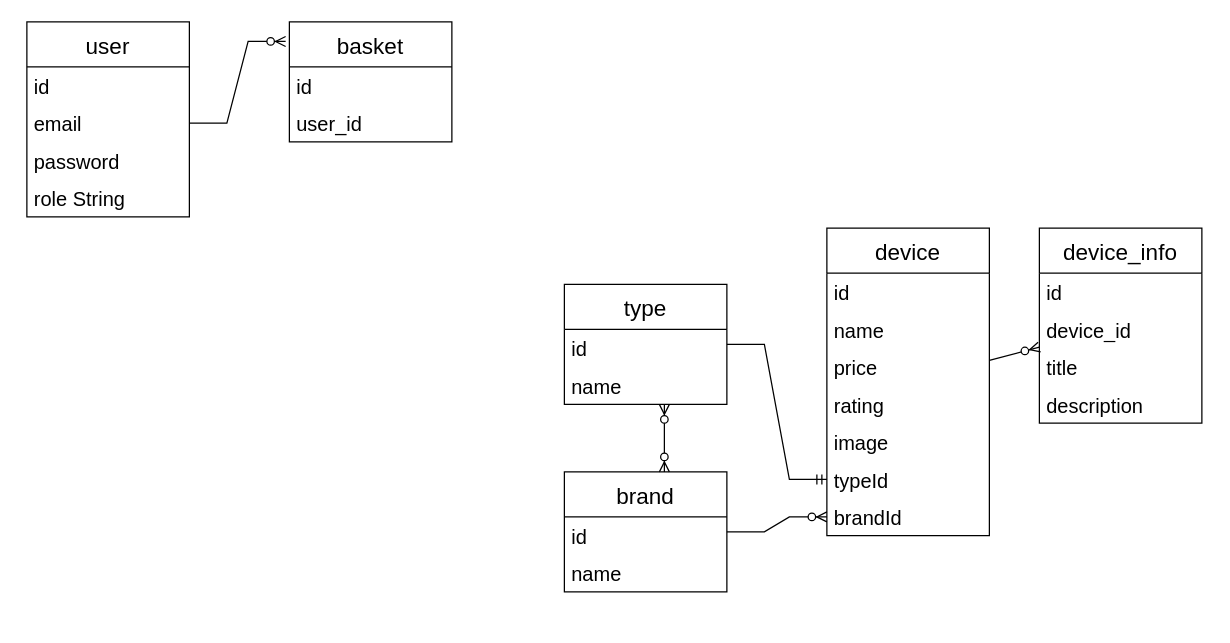
TrubitsynEgor/internet-shop-fullstack-server keeps this draw.io diagram as Untitled Diagram.drawio. Above is the earlier version. Source tidied: cells renumbered, new cells numbered last; positions are measured from the earlier drawing's top-left corner, leaving out a move shared by most shapes. Both pictures are drawn from the tidied source at 125%, with x=0, y=0 at pixel (26, 21).
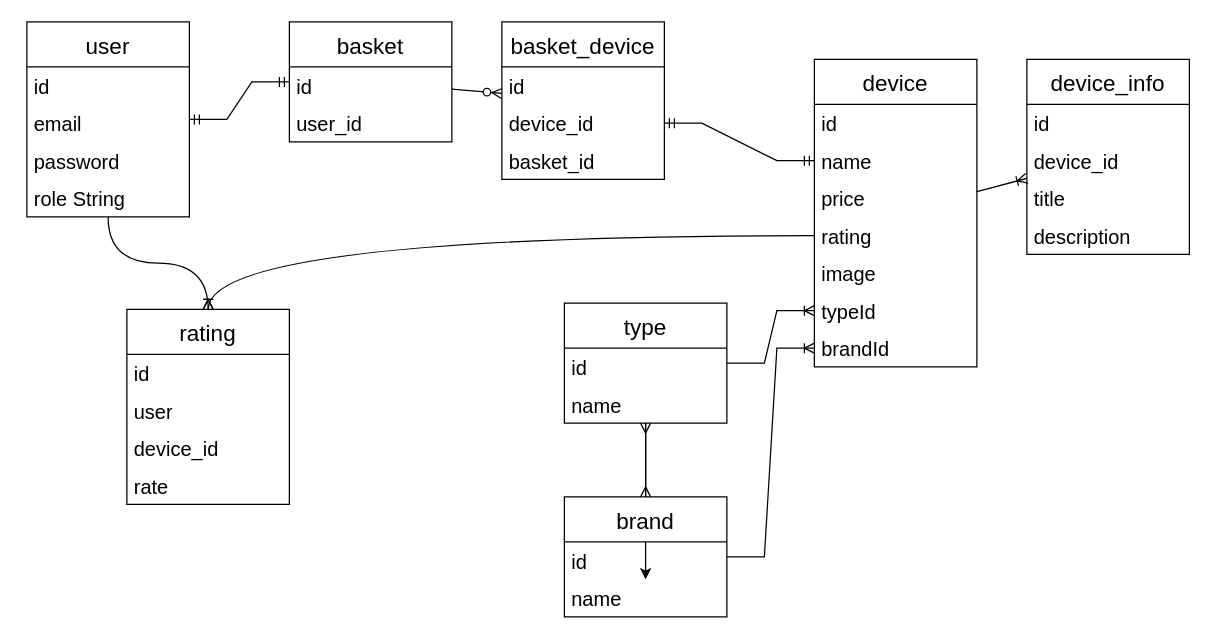
After the change.

Unchanged cells that the change refers to:
```xml
<mxCell id="2" value="user" style="swimlane;fontStyle=0;horizontal=1;startSize=36;align=center;fontSize=18;" parent="1" vertex="1">
  <mxGeometry width="130" height="156" as="geometry" />
</mxCell>
<mxCell id="4" value="email" style="text;strokeColor=none;fillColor=none;spacingLeft=4;spacingRight=4;overflow=hidden;points=[[0,0.5],[1,0.5]];portConstraint=eastwest;fontSize=16;whiteSpace=wrap;html=1;" parent="2" vertex="1">
  <mxGeometry y="66" width="130" height="30" as="geometry" />
</mxCell>
<mxCell id="7" value="basket" style="swimlane;fontStyle=0;horizontal=1;startSize=36;align=center;fontSize=18;" parent="1" vertex="1">
  <mxGeometry x="210" width="130" height="96" as="geometry" />
</mxCell>
<mxCell id="13" value="name" style="text;strokeColor=none;fillColor=none;spacingLeft=4;spacingRight=4;overflow=hidden;points=[[0,0.5],[1,0.5]];portConstraint=eastwest;fontSize=16;whiteSpace=wrap;html=1;" parent="11" vertex="1">
  <mxGeometry y="66" width="130" height="30" as="geometry" />
</mxCell>
<mxCell id="15" value="rating" style="text;strokeColor=none;fillColor=none;spacingLeft=4;spacingRight=4;overflow=hidden;points=[[0,0.5],[1,0.5]];portConstraint=eastwest;fontSize=16;whiteSpace=wrap;html=1;" parent="11" vertex="1">
  <mxGeometry y="126" width="130" height="30" as="geometry" />
</mxCell>
<mxCell id="17" value="typeId" style="text;strokeColor=none;fillColor=none;spacingLeft=4;spacingRight=4;overflow=hidden;points=[[0,0.5],[1,0.5]];portConstraint=eastwest;fontSize=16;whiteSpace=wrap;html=1;" parent="11" vertex="1">
  <mxGeometry y="186" width="130" height="30" as="geometry" />
</mxCell>
<mxCell id="18" value="brandId" style="text;strokeColor=none;fillColor=none;spacingLeft=4;spacingRight=4;overflow=hidden;points=[[0,0.5],[1,0.5]];portConstraint=eastwest;fontSize=16;whiteSpace=wrap;html=1;" parent="11" vertex="1">
  <mxGeometry y="216" width="130" height="30" as="geometry" />
</mxCell>
<mxCell id="24" value="name" style="text;strokeColor=none;fillColor=none;spacingLeft=4;spacingRight=4;overflow=hidden;points=[[0,0.5],[1,0.5]];portConstraint=eastwest;fontSize=16;whiteSpace=wrap;html=1;" parent="22" vertex="1">
  <mxGeometry y="66" width="130" height="30" as="geometry" />
</mxCell>
```

Diff of the diagram source:
```diff
@@
-    <mxCell id="10" style="edgeStyle=entityRelationEdgeStyle;fontSize=12;html=1;endArrow=ERzeroToMany;endFill=1;rounded=0;exitX=1;exitY=0.5;exitDx=0;exitDy=0;entryX=-0.023;entryY=0.163;entryDx=0;entryDy=0;entryPerimeter=0;" parent="1" edge="1" source="4" target="7">
-      <mxGeometry relative="1" as="geometry" />
-    </mxCell>
     <mxCell id="11" value="device" style="swimlane;fontStyle=0;horizontal=1;startSize=36;align=center;fontSize=18;" parent="1" vertex="1">
-      <mxGeometry x="640" y="165" width="130" height="246" as="geometry" />
+      <mxGeometry x="630" y="30" width="130" height="246" as="geometry" />
     </mxCell>
@@
+    <mxCell id="34" style="edgeStyle=none;rounded=0;jettySize=auto;html=1;" parent="1" edge="1" source="19" target="24">
+      <mxGeometry relative="1" as="geometry" />
+    </mxCell>
     <mxCell id="19" value="type" style="swimlane;fontStyle=0;horizontal=1;startSize=36;align=center;fontSize=18;" parent="1" vertex="1">
-      <mxGeometry x="430" y="210" width="130" height="96" as="geometry" />
+      <mxGeometry x="430" y="225" width="130" height="96" as="geometry" />
     </mxCell>
@@
     <mxCell id="22" value="brand" style="swimlane;fontStyle=0;horizontal=1;startSize=36;align=center;fontSize=18;" parent="1" vertex="1">
-      <mxGeometry x="430" y="360" width="130" height="96" as="geometry" />
+      <mxGeometry x="430" y="380" width="130" height="96" as="geometry" />
     </mxCell>
@@
-    <mxCell id="25" style="edgeStyle=entityRelationEdgeStyle;fontSize=12;html=1;endArrow=ERmandOne;rounded=0;" parent="1" edge="1" source="19" target="17">
-      <mxGeometry relative="1" as="geometry" />
-    </mxCell>
-    <mxCell id="26" style="edgeStyle=entityRelationEdgeStyle;fontSize=12;html=1;endArrow=ERzeroToMany;endFill=1;rounded=0;" parent="1" edge="1" source="22" target="18">
-      <mxGeometry relative="1" as="geometry">
-        <Array as="points">
-          <mxPoint x="510" y="400" />
-          <mxPoint x="550" y="440" />
-          <mxPoint x="540" y="340" />
-          <mxPoint x="560" y="340" />
-        </Array>
-      </mxGeometry>
-    </mxCell>
-    <mxCell id="27" style="fontSize=12;html=1;endArrow=ERzeroToMany;endFill=1;startArrow=ERzeroToMany;rounded=0;" parent="1" edge="1">
-      <mxGeometry relative="1" as="geometry">
-        <mxPoint x="510" y="360" as="sourcePoint" />
-        <mxPoint x="510" y="306" as="targetPoint" />
-      </mxGeometry>
-    </mxCell>
     <mxCell id="28" value="device_info" style="swimlane;fontStyle=0;horizontal=1;startSize=36;align=center;fontSize=18;" parent="1" vertex="1">
-      <mxGeometry x="810" y="165" width="130" height="156" as="geometry" />
+      <mxGeometry x="800" y="30" width="130" height="156" as="geometry" />
     </mxCell>
@@
+    <mxCell id="35" value="basket_device" style="swimlane;fontStyle=0;horizontal=1;startSize=36;align=center;fontSize=18;" parent="1" vertex="1">
+      <mxGeometry x="380" width="130" height="126" as="geometry" />
+    </mxCell>
+    <mxCell id="36" value="id" style="text;strokeColor=none;fillColor=none;spacingLeft=4;spacingRight=4;overflow=hidden;fontSize=16;whiteSpace=wrap;html=1;shadow=1;" parent="35" vertex="1">
+      <mxGeometry y="36" width="130" height="30" as="geometry" />
+    </mxCell>
+    <mxCell id="37" value="device_id" style="text;strokeColor=none;fillColor=none;spacingLeft=4;spacingRight=4;overflow=hidden;points=[[0,0.5],[1,0.5]];portConstraint=eastwest;fontSize=16;whiteSpace=wrap;html=1;" parent="35" vertex="1">
+      <mxGeometry y="66" width="130" height="30" as="geometry" />
+    </mxCell>
+    <mxCell id="38" value="basket_id" style="text;strokeColor=none;fillColor=none;spacingLeft=4;spacingRight=4;overflow=hidden;fontSize=16;whiteSpace=wrap;html=1;" parent="35" vertex="1">
+      <mxGeometry y="96" width="130" height="30" as="geometry" />
+    </mxCell>
+    <mxCell id="39" style="fontSize=12;html=1;endArrow=ERzeroToMany;endFill=1;rounded=0;" parent="1" edge="1" source="7" target="35">
+      <mxGeometry relative="1" as="geometry" />
+    </mxCell>
+    <mxCell id="40" style="edgeStyle=entityRelationEdgeStyle;fontSize=12;html=1;endArrow=ERmandOne;startArrow=ERmandOne;rounded=0;" parent="1" edge="1" source="2" target="7">
+      <mxGeometry relative="1" as="geometry" />
+    </mxCell>
+    <mxCell id="41" style="fontSize=12;html=1;endArrow=ERmany;startArrow=ERmany;rounded=0;" parent="1" edge="1" source="22" target="19">
+      <mxGeometry relative="1" as="geometry" />
+    </mxCell>
+    <mxCell id="25" style="edgeStyle=entityRelationEdgeStyle;fontSize=12;html=1;endArrow=ERoneToMany;rounded=0;" parent="1" edge="1" source="19" target="17">
+      <mxGeometry relative="1" as="geometry" />
+    </mxCell>
+    <mxCell id="26" style="edgeStyle=entityRelationEdgeStyle;fontSize=12;html=1;endArrow=ERoneToMany;rounded=0;" parent="1" edge="1" source="22" target="18">
+      <mxGeometry relative="1" as="geometry" />
+    </mxCell>
+    <mxCell id="42" style="edgeStyle=entityRelationEdgeStyle;fontSize=12;html=1;endArrow=ERmandOne;startArrow=ERmandOne;rounded=0;" parent="1" edge="1" source="37" target="13">
+      <mxGeometry relative="1" as="geometry" />
+    </mxCell>
-    <mxCell id="33" style="fontSize=12;html=1;endArrow=ERzeroToMany;endFill=1;rounded=0;" parent="1" edge="1" source="11" target="28">
+    <mxCell id="33" style="fontSize=12;html=1;endArrow=ERoneToMany;rounded=0;" parent="1" edge="1" source="11" target="28">
       <mxGeometry relative="1" as="geometry" />
     </mxCell>
+    <mxCell id="43" value="rating" style="swimlane;fontStyle=0;horizontal=1;startSize=36;align=center;fontSize=18;" parent="1" vertex="1">
+      <mxGeometry x="80" y="230" width="130" height="156" as="geometry" />
+    </mxCell>
+    <mxCell id="44" value="id" style="text;strokeColor=none;fillColor=none;spacingLeft=4;spacingRight=4;overflow=hidden;fontSize=16;whiteSpace=wrap;html=1;shadow=1;" parent="43" vertex="1">
+      <mxGeometry y="36" width="130" height="30" as="geometry" />
+    </mxCell>
+    <mxCell id="45" value="user" style="text;strokeColor=none;fillColor=none;spacingLeft=4;spacingRight=4;overflow=hidden;fontSize=16;whiteSpace=wrap;html=1;" parent="43" vertex="1">
+      <mxGeometry y="66" width="130" height="30" as="geometry" />
+    </mxCell>
+    <mxCell id="46" value="device_id" style="text;strokeColor=none;fillColor=none;spacingLeft=4;spacingRight=4;overflow=hidden;fontSize=16;whiteSpace=wrap;html=1;" parent="43" vertex="1">
+      <mxGeometry y="96" width="130" height="30" as="geometry" />
+    </mxCell>
+    <mxCell id="47" value="rate" style="text;strokeColor=none;fillColor=none;spacingLeft=4;spacingRight=4;overflow=hidden;fontSize=16;whiteSpace=wrap;html=1;" parent="43" vertex="1">
+      <mxGeometry y="126" width="130" height="30" as="geometry" />
+    </mxCell>
+    <mxCell id="48" style="edgeStyle=orthogonalEdgeStyle;fontSize=12;html=1;endArrow=ERoneToMany;rounded=0;curved=1;" parent="1" edge="1" source="2" target="43">
+      <mxGeometry relative="1" as="geometry" />
+    </mxCell>
+    <mxCell id="49" style="edgeStyle=orthogonalEdgeStyle;fontSize=12;html=1;endArrow=ERoneToMany;rounded=0;curved=1;" parent="1" edge="1" source="15" target="43">
+      <mxGeometry relative="1" as="geometry" />
+    </mxCell>
```
